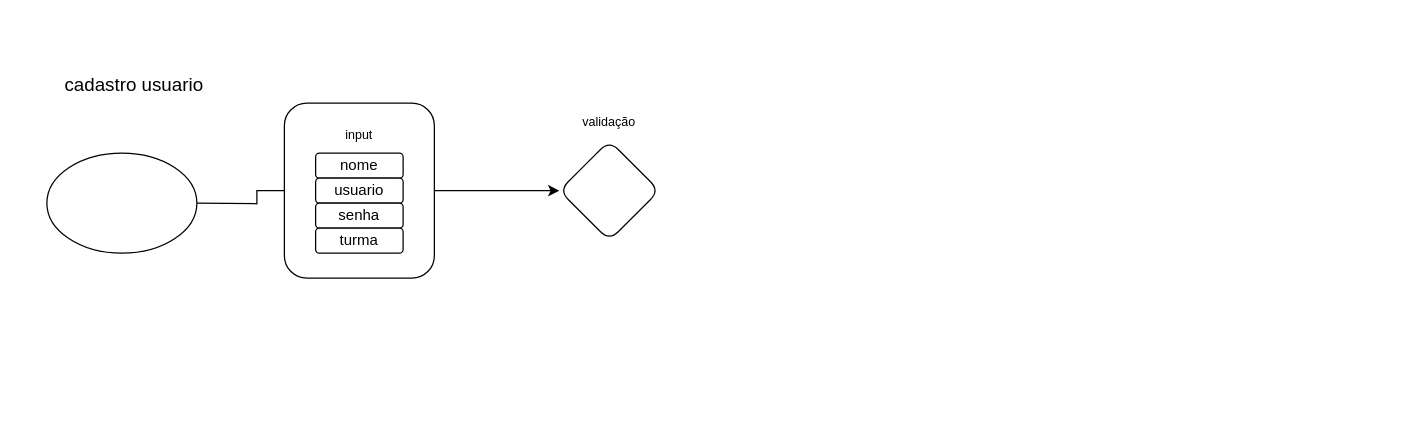
This is fluxograma.drawio from matheus98g/controle-de-ativos-senac, a draw.io file, before an edit. Source tidied: cells renumbered, new cells numbered last; positions are measured from the earlier drawing's top-left corner, leaving out a move shared by most shapes. Both pictures are drawn from the tidied source at 125%, with x=0, y=0 at pixel (34, 40).
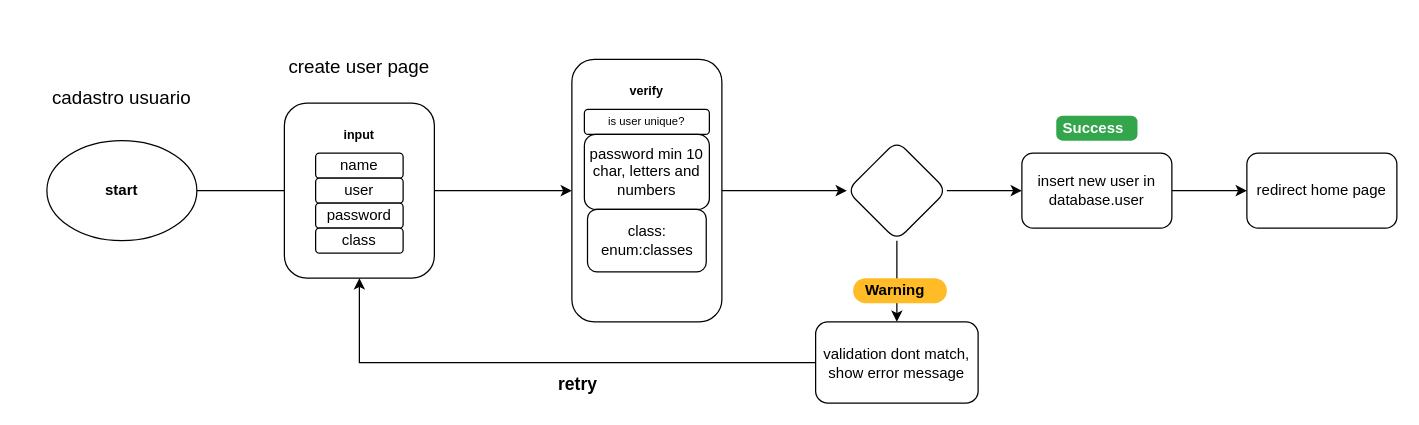
After the change.

Unchanged cells that the change refers to:
```xml
<mxCell id="5" style="rounded=1;whiteSpace=wrap;html=1;" parent="1" vertex="1">
  <mxGeometry x="200" y="50" width="120" height="140" as="geometry" />
</mxCell>
```

What changed in the source:
```diff
@@
-    <mxCell id="2" style="edgeStyle=orthogonalEdgeStyle;rounded=0;orthogonalLoop=1;jettySize=auto;html=1;" parent="1" edge="1">
-      <mxGeometry relative="1" as="geometry">
-        <mxPoint x="130" y="130" as="sourcePoint" />
-        <mxPoint x="225" y="140" as="targetPoint" />
-      </mxGeometry>
-    </mxCell>
+    <mxCell id="14" style="edgeStyle=orthogonalEdgeStyle;rounded=0;jettySize=auto;html=1;" parent="1" edge="1" source="3" target="11">
+      <mxGeometry relative="1" as="geometry">
+        <Array as="points">
+          <mxPoint x="260" y="120" />
+        </Array>
+      </mxGeometry>
+    </mxCell>
-    <mxCell id="3" style="ellipse;whiteSpace=wrap;html=1;" parent="1" vertex="1">
-      <mxGeometry x="10" y="90" width="120" height="80" as="geometry" />
+    <mxCell id="3" value="start" style="ellipse;whiteSpace=wrap;html=1;fontStyle=1;" parent="1" vertex="1">
+      <mxGeometry x="10" y="80" width="120" height="80" as="geometry" />
     </mxCell>
-    <mxCell id="4" style="edgeStyle=orthogonalEdgeStyle;rounded=0;jettySize=auto;html=1;" parent="1" edge="1" source="5" target="12">
-      <mxGeometry relative="1" as="geometry" />
-    </mxCell>
+    <mxCell id="15" style="edgeStyle=orthogonalEdgeStyle;rounded=0;jettySize=auto;html=1;" parent="1" edge="1" source="5" target="17">
+      <mxGeometry relative="1" as="geometry" />
+    </mxCell>
@@
     <mxCell id="6" value="cadastro usuario" style="text;html=1;align=center;verticalAlign=middle;whiteSpace=wrap;rounded=0;strokeWidth=15;strokeColor=none;fontSize=15;" parent="1" vertex="1">
-      <mxGeometry width="160" height="70" as="geometry" />
+      <mxGeometry x="-10" y="10" width="160" height="70" as="geometry" />
     </mxCell>
-    <mxCell id="7" value="nome" style="rounded=1;whiteSpace=wrap;html=1;" parent="1" vertex="1">
+    <mxCell id="7" value="name" style="rounded=1;whiteSpace=wrap;html=1;" parent="1" vertex="1">
       <mxGeometry x="225" y="90" width="70" height="20" as="geometry" />
     </mxCell>
-    <mxCell id="8" value="usuario" style="rounded=1;whiteSpace=wrap;html=1;" parent="1" vertex="1">
+    <mxCell id="8" value="user" style="rounded=1;whiteSpace=wrap;html=1;" parent="1" vertex="1">
       <mxGeometry x="225" y="110" width="70" height="20" as="geometry" />
     </mxCell>
-    <mxCell id="9" value="senha" style="rounded=1;whiteSpace=wrap;html=1;" parent="1" vertex="1">
+    <mxCell id="9" value="password" style="rounded=1;whiteSpace=wrap;html=1;" parent="1" vertex="1">
       <mxGeometry x="225" y="130" width="70" height="20" as="geometry" />
     </mxCell>
-    <mxCell id="10" value="turma" style="rounded=1;whiteSpace=wrap;html=1;" parent="1" vertex="1">
+    <mxCell id="10" value="class" style="rounded=1;whiteSpace=wrap;html=1;" parent="1" vertex="1">
       <mxGeometry x="225" y="150" width="70" height="20" as="geometry" />
     </mxCell>
-    <mxCell id="11" value="&lt;font style=&quot;font-size: 10px;&quot;&gt;input&lt;/font&gt;" style="text;html=1;align=center;verticalAlign=middle;whiteSpace=wrap;rounded=0;" parent="1" vertex="1">
+    <mxCell id="11" value="&lt;font style=&quot;font-size: 10px;&quot;&gt;input&lt;/font&gt;" style="text;html=1;align=center;verticalAlign=middle;whiteSpace=wrap;rounded=0;fontStyle=1;" parent="1" vertex="1">
       <mxGeometry x="230" y="60" width="60" height="30" as="geometry" />
     </mxCell>
-    <mxCell id="12" style="rhombus;whiteSpace=wrap;html=1;rounded=1;" parent="1" vertex="1">
-      <mxGeometry x="420" y="80" width="80" height="80" as="geometry" />
-    </mxCell>
-    <mxCell id="13" value="&lt;font style=&quot;font-size: 10px;&quot;&gt;validação&lt;/font&gt;" style="text;html=1;align=center;verticalAlign=middle;whiteSpace=wrap;rounded=0;" parent="1" vertex="1">
-      <mxGeometry x="430" y="50" width="60" height="30" as="geometry" />
-    </mxCell>
+    <mxCell id="16" style="edgeStyle=orthogonalEdgeStyle;rounded=0;jettySize=auto;html=1;" parent="1" edge="1" source="17" target="24">
+      <mxGeometry relative="1" as="geometry" />
+    </mxCell>
+    <mxCell id="17" style="rounded=1;whiteSpace=wrap;html=1;" parent="1" vertex="1">
+      <mxGeometry x="430" y="15" width="120" height="210" as="geometry" />
+    </mxCell>
+    <mxCell id="18" value="is user unique?" style="rounded=1;whiteSpace=wrap;html=1;fontSize=9;" parent="1" vertex="1">
+      <mxGeometry x="440" y="55" width="100" height="20" as="geometry" />
+    </mxCell>
+    <mxCell id="19" value="password min 10 char, letters and numbers" style="rounded=1;whiteSpace=wrap;html=1;" parent="1" vertex="1">
+      <mxGeometry x="440" y="75" width="100" height="60" as="geometry" />
+    </mxCell>
+    <mxCell id="20" value="&lt;font style=&quot;font-size: 10px;&quot;&gt;verify&lt;/font&gt;" style="text;html=1;align=center;verticalAlign=middle;whiteSpace=wrap;rounded=0;fontStyle=1;" parent="1" vertex="1">
+      <mxGeometry x="460" y="25" width="60" height="30" as="geometry" />
+    </mxCell>
+    <mxCell id="21" value="class: enum:classes" style="rounded=1;whiteSpace=wrap;html=1;" parent="1" vertex="1">
+      <mxGeometry x="442.5" y="135" width="95" height="50" as="geometry" />
+    </mxCell>
+    <mxCell id="22" style="edgeStyle=orthogonalEdgeStyle;rounded=0;jettySize=auto;html=1;" parent="1" edge="1" source="24" target="26">
+      <mxGeometry relative="1" as="geometry" />
+    </mxCell>
+    <mxCell id="23" style="edgeStyle=orthogonalEdgeStyle;rounded=0;jettySize=auto;html=1;" parent="1" edge="1" source="24" target="29">
+      <mxGeometry relative="1" as="geometry" />
+    </mxCell>
+    <mxCell id="24" style="rhombus;whiteSpace=wrap;html=1;rounded=1;" parent="1" vertex="1">
+      <mxGeometry x="650" y="80" width="80" height="80" as="geometry" />
+    </mxCell>
+    <mxCell id="25" style="edgeStyle=orthogonalEdgeStyle;rounded=0;jettySize=auto;html=1;" parent="1" edge="1" source="26" target="31">
+      <mxGeometry relative="1" as="geometry" />
+    </mxCell>
+    <mxCell id="26" value="insert new user in database.user" style="whiteSpace=wrap;html=1;rounded=1;" parent="1" vertex="1">
+      <mxGeometry x="790" y="90" width="120" height="60" as="geometry" />
+    </mxCell>
+    <mxCell id="27" value="Success" style="html=1;shadow=0;dashed=0;shape=mxgraph.bootstrap.rrect;rSize=5;strokeColor=none;strokeWidth=1;fillColor=#33A64C;fontColor=#FFFFFF;whiteSpace=wrap;align=left;verticalAlign=middle;spacingLeft=0;fontStyle=1;fontSize=12;spacing=5;" parent="1" vertex="1">
+      <mxGeometry x="817.5" y="60" width="65" height="20" as="geometry" />
+    </mxCell>
+    <mxCell id="28" style="edgeStyle=orthogonalEdgeStyle;rounded=0;jettySize=auto;html=1;entryX=0.5;entryY=1;entryDx=0;entryDy=0;" parent="1" edge="1" source="29" target="5">
+      <mxGeometry relative="1" as="geometry" />
+    </mxCell>
+    <mxCell id="29" value="validation dont match, show error message" style="whiteSpace=wrap;html=1;rounded=1;" parent="1" vertex="1">
+      <mxGeometry x="625" y="225" width="130" height="65" as="geometry" />
+    </mxCell>
+    <mxCell id="30" value="Warning" style="rounded=1;whiteSpace=wrap;html=1;arcSize=50;strokeColor=none;strokeWidth=1;fillColor=#FFBC26;fontColor=#000000;whiteSpace=wrap;align=left;verticalAlign=middle;spacingLeft=0;fontStyle=1;fontSize=12;spacing=10;" parent="1" vertex="1">
+      <mxGeometry x="655" y="190" width="75" height="20" as="geometry" />
+    </mxCell>
+    <mxCell id="31" value="redirect home page" style="whiteSpace=wrap;html=1;rounded=1;" parent="1" vertex="1">
+      <mxGeometry x="970" y="90" width="120" height="60" as="geometry" />
+    </mxCell>
+    <mxCell id="32" value="retry" style="text;html=1;align=center;verticalAlign=middle;whiteSpace=wrap;rounded=0;fontSize=14;fontStyle=1;" parent="1" vertex="1">
+      <mxGeometry x="400" y="260" width="70" height="30" as="geometry" />
+    </mxCell>
+    <mxCell id="33" value="create user page" style="text;html=1;align=center;verticalAlign=middle;whiteSpace=wrap;rounded=0;strokeWidth=15;strokeColor=none;fontSize=15;" parent="1" vertex="1">
+      <mxGeometry x="180" y="-15" width="160" height="70" as="geometry" />
+    </mxCell>
```
